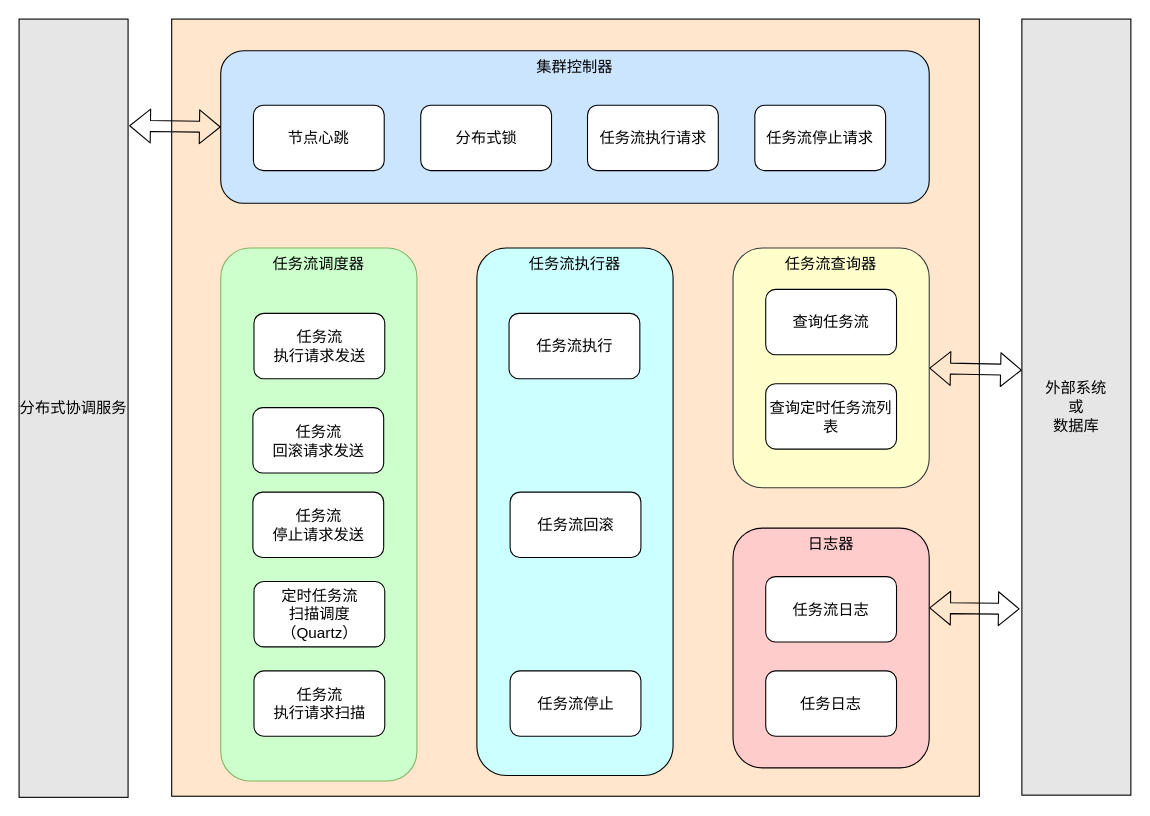
kpali/wolf-flow keeps this draw.io diagram as docs/架构图.drawio. Above is the earlier version. Source tidied: cells renumbered, new cells numbered last; positions are measured from the earlier drawing's top-left corner, leaving out a move shared by most shapes. Both pictures are drawn from the tidied source at 109%, with x=0, y=0 at pixel (19, 19).
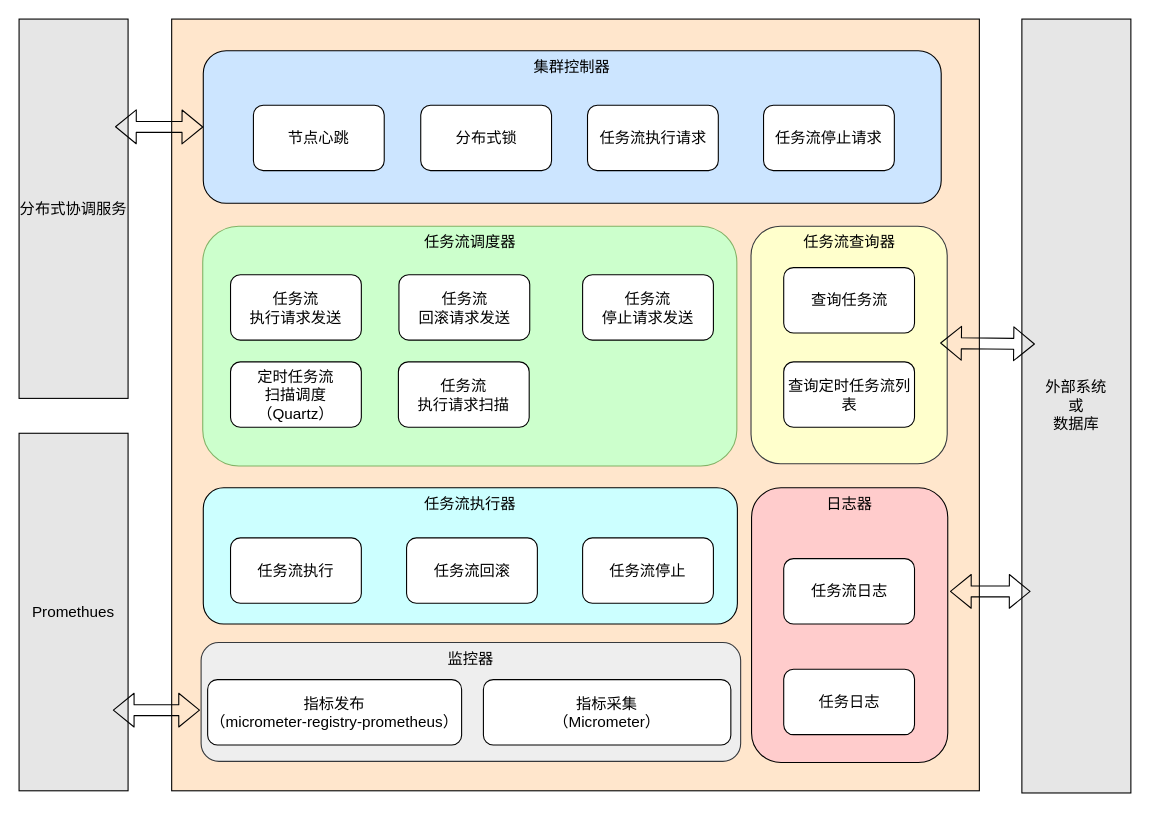
The same page after the edit.

The edit, as a diff of the source:
```diff
@@
     <mxCell id="2" style="rounded=0;whiteSpace=wrap;html=1;fillColor=#FFE6CC;fontSize=14;" parent="1" vertex="1">
-      <mxGeometry x="140" width="741" height="713" as="geometry" />
+      <mxGeometry x="140" width="741" height="708" as="geometry" />
     </mxCell>
     <mxCell id="3" value="任务流执行器" style="rounded=1;whiteSpace=wrap;html=1;fillColor=#CCFFFF;verticalAlign=top;fontSize=14;" parent="1" vertex="1">
-      <mxGeometry x="420" y="210" width="180" height="484" as="geometry" />
+      <mxGeometry x="169" y="430" width="490" height="125" as="geometry" />
     </mxCell>
     <mxCell id="4" value="集群控制器" style="rounded=1;whiteSpace=wrap;html=1;verticalAlign=top;fillColor=#CCE5FF;fontSize=14;" parent="1" vertex="1">
-      <mxGeometry x="185" y="29" width="650" height="140" as="geometry" />
+      <mxGeometry x="169" y="29" width="677" height="140" as="geometry" />
     </mxCell>
     <mxCell id="5" value="任务流调度器" style="rounded=1;whiteSpace=wrap;html=1;fillColor=#CCFFCC;strokeColor=#82b366;verticalAlign=top;fontSize=14;" parent="1" vertex="1">
-      <mxGeometry x="185" y="210" width="180" height="489" as="geometry" />
+      <mxGeometry x="168.5" y="190" width="490" height="220" as="geometry" />
     </mxCell>
@@
     <mxCell id="8" value="任务流停止请求" style="rounded=1;whiteSpace=wrap;html=1;fontSize=14;" parent="1" vertex="1">
-      <mxGeometry x="675" y="79" width="120" height="60" as="geometry" />
+      <mxGeometry x="683" y="79" width="120" height="60" as="geometry" />
     </mxCell>
     <mxCell id="9" value="任务流&lt;br&gt;执行请求发送" style="rounded=1;whiteSpace=wrap;html=1;fontSize=14;" parent="1" vertex="1">
-      <mxGeometry x="215.5" y="270" width="120" height="60" as="geometry" />
+      <mxGeometry x="194" y="234.5" width="120" height="60" as="geometry" />
     </mxCell>
     <mxCell id="10" value="任务流&lt;br&gt;回滚请求发送" style="rounded=1;whiteSpace=wrap;html=1;fontSize=14;" parent="1" vertex="1">
-      <mxGeometry x="214.5" y="356.5" width="120" height="60" as="geometry" />
+      <mxGeometry x="348.5" y="234.5" width="120" height="60" as="geometry" />
     </mxCell>
     <mxCell id="11" value="定时任务流&lt;br&gt;扫描调度&lt;br style=&quot;font-size: 14px&quot;&gt;（Quartz）" style="rounded=1;whiteSpace=wrap;html=1;fontSize=14;" parent="1" vertex="1">
-      <mxGeometry x="215.5" y="516" width="120" height="60" as="geometry" />
+      <mxGeometry x="194" y="314.5" width="120" height="60" as="geometry" />
     </mxCell>
     <mxCell id="12" value="任务流&lt;br&gt;执行请求扫描" style="rounded=1;whiteSpace=wrap;html=1;fontSize=14;" parent="1" vertex="1">
-      <mxGeometry x="215.5" y="598" width="120" height="60" as="geometry" />
+      <mxGeometry x="348" y="314.5" width="120" height="60" as="geometry" />
     </mxCell>
     <mxCell id="13" value="任务流查询器" style="rounded=1;whiteSpace=wrap;html=1;verticalAlign=top;fillColor=#FFFFCC;strokeColor=#36393d;fontSize=14;" parent="1" vertex="1">
-      <mxGeometry x="655" y="210" width="180" height="220" as="geometry" />
+      <mxGeometry x="671.5" y="190" width="180" height="218" as="geometry" />
     </mxCell>
     <mxCell id="14" value="查询任务流" style="rounded=1;whiteSpace=wrap;html=1;fontSize=14;" parent="1" vertex="1">
-      <mxGeometry x="685" y="248" width="120" height="60" as="geometry" />
+      <mxGeometry x="701.5" y="228" width="120" height="60" as="geometry" />
     </mxCell>
     <mxCell id="15" value="查询定时任务流列表" style="rounded=1;whiteSpace=wrap;html=1;fontSize=14;" parent="1" vertex="1">
-      <mxGeometry x="685" y="334.5" width="120" height="60" as="geometry" />
+      <mxGeometry x="701.5" y="314.5" width="120" height="60" as="geometry" />
     </mxCell>
     <mxCell id="16" value="日志器" style="rounded=1;whiteSpace=wrap;html=1;verticalAlign=top;fillColor=#FFCCCC;fontSize=14;" parent="1" vertex="1">
-      <mxGeometry x="655" y="467" width="180" height="220" as="geometry" />
+      <mxGeometry x="672" y="430" width="180" height="252" as="geometry" />
     </mxCell>
     <mxCell id="17" value="任务流日志" style="rounded=1;whiteSpace=wrap;html=1;fontSize=14;" parent="1" vertex="1">
-      <mxGeometry x="685" y="511.5" width="120" height="60" as="geometry" />
+      <mxGeometry x="701.5" y="495" width="120" height="60" as="geometry" />
     </mxCell>
     <mxCell id="18" value="任务日志" style="rounded=1;whiteSpace=wrap;html=1;fontSize=14;" parent="1" vertex="1">
-      <mxGeometry x="685" y="598" width="120" height="60" as="geometry" />
+      <mxGeometry x="701.5" y="596.5" width="120" height="60" as="geometry" />
     </mxCell>
     <mxCell id="19" value="任务流回滚" style="rounded=1;whiteSpace=wrap;html=1;fontSize=14;" parent="1" vertex="1">
-      <mxGeometry x="450.5" y="434" width="120" height="60" as="geometry" />
+      <mxGeometry x="355.5" y="476" width="120" height="60" as="geometry" />
     </mxCell>
     <mxCell id="20" value="任务流停止" style="rounded=1;whiteSpace=wrap;html=1;fontSize=14;" parent="1" vertex="1">
-      <mxGeometry x="450.5" y="598" width="120" height="60" as="geometry" />
+      <mxGeometry x="517" y="476" width="120" height="60" as="geometry" />
     </mxCell>
     <mxCell id="21" value="分布式协调服务" style="rounded=0;whiteSpace=wrap;html=1;fillColor=#E6E6E6;verticalAlign=middle;fontSize=14;" parent="1" vertex="1">
-      <mxGeometry width="100" height="714" as="geometry" />
+      <mxGeometry width="100" height="348" as="geometry" />
     </mxCell>
     <mxCell id="22" value="外部系统&lt;br style=&quot;font-size: 14px;&quot;&gt;或&lt;br style=&quot;font-size: 14px;&quot;&gt;数据库" style="rounded=0;whiteSpace=wrap;html=1;fillColor=#E6E6E6;fontSize=14;" parent="1" vertex="1">
-      <mxGeometry x="920" width="100" height="712" as="geometry" />
+      <mxGeometry x="920" width="100" height="710" as="geometry" />
     </mxCell>
-    <mxCell id="23" style="shape=flexArrow;endArrow=classic;startArrow=classic;html=1;entryX=0;entryY=0.5;entryDx=0;entryDy=0;exitX=1.01;exitY=0.137;exitDx=0;exitDy=0;exitPerimeter=0;fontSize=14;" parent="1" edge="1" source="21" target="4">
-      <mxGeometry relative="1" as="geometry" />
+    <mxCell id="23" style="shape=flexArrow;endArrow=classic;startArrow=classic;html=1;exitX=0.95;exitY=0.289;exitDx=0;exitDy=0;exitPerimeter=0;fontSize=14;" parent="1" edge="1">
+      <mxGeometry relative="1" as="geometry">
+        <mxPoint x="88" y="98.8" as="sourcePoint" />
+        <mxPoint x="169" y="99" as="targetPoint" />
+      </mxGeometry>
     </mxCell>
-    <mxCell id="24" style="shape=flexArrow;endArrow=classic;startArrow=classic;html=1;exitX=1;exitY=0.148;exitDx=0;exitDy=0;exitPerimeter=0;fontSize=14;" parent="1" edge="1">
+    <mxCell id="24" style="shape=flexArrow;endArrow=classic;startArrow=classic;html=1;exitX=1;exitY=0.148;exitDx=0;exitDy=0;exitPerimeter=0;fontSize=14;entryX=0.02;entryY=0.451;entryDx=0;entryDy=0;entryPerimeter=0;" parent="1" edge="1">
       <mxGeometry relative="1" as="geometry">
-        <mxPoint x="835" y="320.2" as="sourcePoint" />
-        <mxPoint x="920" y="322" as="targetPoint" />
+        <mxPoint x="845" y="297.2" as="sourcePoint" />
+        <mxPoint x="932" y="298.1" as="targetPoint" />
       </mxGeometry>
     </mxCell>
-    <mxCell id="25" style="shape=flexArrow;endArrow=classic;startArrow=classic;html=1;entryX=-0.02;entryY=0.76;entryDx=0;entryDy=0;exitX=1;exitY=0.148;exitDx=0;exitDy=0;exitPerimeter=0;fontSize=14;entryPerimeter=0;" parent="1" edge="1" target="22">
+    <mxCell id="25" style="shape=flexArrow;endArrow=classic;startArrow=classic;html=1;entryX=-0.02;entryY=0.76;entryDx=0;entryDy=0;fontSize=14;entryPerimeter=0;" parent="1" edge="1">
       <mxGeometry relative="1" as="geometry">
-        <mxPoint x="835" y="540.2" as="sourcePoint" />
+        <mxPoint x="854" y="525" as="sourcePoint" />
+        <mxPoint x="928" y="525.1" as="targetPoint" />
       </mxGeometry>
     </mxCell>
     <mxCell id="26" value="任务流执行" style="rounded=1;whiteSpace=wrap;html=1;fontSize=14;" parent="1" vertex="1">
-      <mxGeometry x="449.5" y="270" width="120" height="60" as="geometry" />
+      <mxGeometry x="194" y="476" width="120" height="60" as="geometry" />
     </mxCell>
@@
     <mxCell id="28" value="任务流&lt;br&gt;停止请求发送" style="rounded=1;whiteSpace=wrap;html=1;fontSize=14;" parent="1" vertex="1">
-      <mxGeometry x="214.5" y="434" width="120" height="60" as="geometry" />
+      <mxGeometry x="517" y="234.5" width="120" height="60" as="geometry" />
     </mxCell>
+    <mxCell id="29" value="Promethues" style="rounded=0;whiteSpace=wrap;html=1;fillColor=#E6E6E6;verticalAlign=middle;fontSize=14;" parent="1" vertex="1">
+      <mxGeometry y="380" width="100" height="328" as="geometry" />
+    </mxCell>
+    <mxCell id="30" value="监控器" style="rounded=1;whiteSpace=wrap;html=1;fillColor=#eeeeee;verticalAlign=top;fontSize=14;strokeColor=#36393d;" parent="1" vertex="1">
+      <mxGeometry x="167" y="572" width="495" height="109" as="geometry" />
+    </mxCell>
+    <mxCell id="31" value="指标发布&lt;br&gt;（&lt;span&gt;micrometer-registry-prometheus&lt;/span&gt;&lt;span&gt;）&lt;/span&gt;" style="rounded=1;whiteSpace=wrap;html=1;fontSize=14;" parent="1" vertex="1">
+      <mxGeometry x="173" y="606" width="233" height="60" as="geometry" />
+    </mxCell>
+    <mxCell id="32" value="指标采集&lt;br&gt;（Micrometer）" style="rounded=1;whiteSpace=wrap;html=1;fontSize=14;" parent="1" vertex="1">
+      <mxGeometry x="426" y="606" width="227" height="60" as="geometry" />
+    </mxCell>
+    <mxCell id="33" style="shape=flexArrow;endArrow=classic;startArrow=classic;html=1;entryX=0;entryY=0.5;entryDx=0;entryDy=0;fontSize=14;" parent="1" edge="1">
+      <mxGeometry relative="1" as="geometry">
+        <mxPoint x="86" y="634" as="sourcePoint" />
+        <mxPoint x="166" y="634" as="targetPoint" />
+      </mxGeometry>
+    </mxCell>
```
